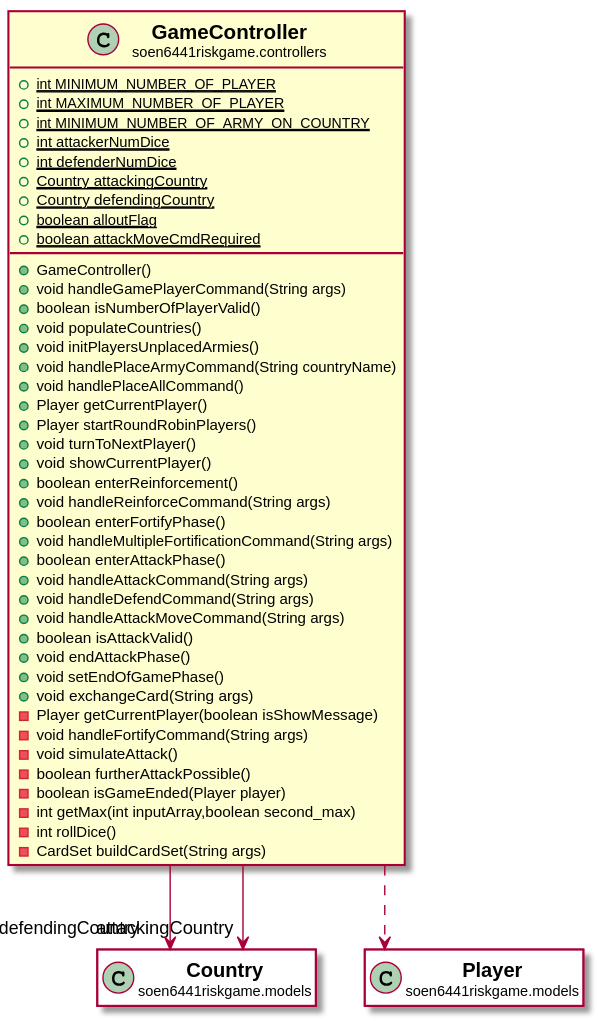
Earlier version of the PlantUML export docs/javadocs/soen6441riskgame/controllers/GameController.svg (huntertran/soen6441-riskgame).
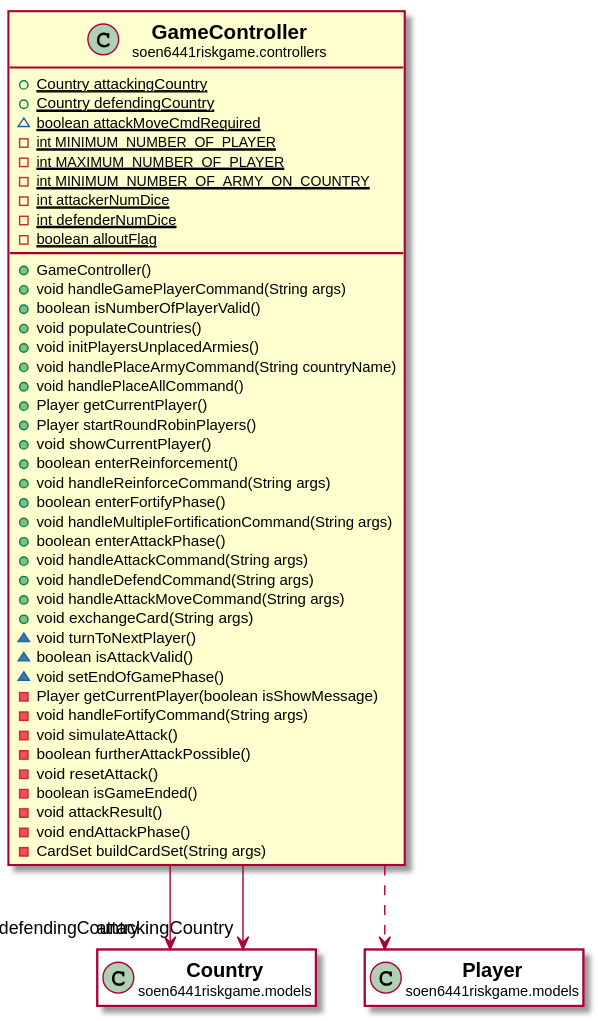
The same diagram one commit later.

Diff of the diagram source:
```diff
@@ -4,15 +4,15 @@
 skinparam linetype ortho
 set namespaceSeparator none
 class "<b><size:14>GameController</b>\n<size:10>soen6441riskgame.controllers" as soen6441riskgame.controllers.GameController  [[../../soen6441riskgame/controllers/GameController.html{soen6441riskgame.controllers.GameController}]] {
-{static} +int MINIMUM_NUMBER_OF_PLAYER
-{static} +int MAXIMUM_NUMBER_OF_PLAYER
-{static} +int MINIMUM_NUMBER_OF_ARMY_ON_COUNTRY
-{static} +int attackerNumDice
-{static} +int defenderNumDice
 {static} +Country attackingCountry
 {static} +Country defendingCountry
-{static} +boolean alloutFlag
-{static} +boolean attackMoveCmdRequired
+{static} ~boolean attackMoveCmdRequired
+{static} -int MINIMUM_NUMBER_OF_PLAYER
+{static} -int MAXIMUM_NUMBER_OF_PLAYER
+{static} -int MINIMUM_NUMBER_OF_ARMY_ON_COUNTRY
+{static} -int attackerNumDice
+{static} -int defenderNumDice
+{static} -boolean alloutFlag
 +GameController()
 +void handleGamePlayerCommand(String args)
 +boolean isNumberOfPlayerValid()
@@ -22,7 +22,6 @@
 +void handlePlaceAllCommand()
 +Player getCurrentPlayer()
 +Player startRoundRobinPlayers()
-+void turnToNextPlayer()
 +void showCurrentPlayer()
 +boolean enterReinforcement()
 +void handleReinforceCommand(String args)
@@ -32,17 +31,18 @@
 +void handleAttackCommand(String args)
 +void handleDefendCommand(String args)
 +void handleAttackMoveCommand(String args)
-+boolean isAttackValid()
-+void endAttackPhase()
-+void setEndOfGamePhase()
 +void exchangeCard(String args)
+~void turnToNextPlayer()
+~boolean isAttackValid()
+~void setEndOfGamePhase()
 -Player getCurrentPlayer(boolean isShowMessage)
 -void handleFortifyCommand(String args)
 -void simulateAttack()
 -boolean furtherAttackPossible()
--boolean isGameEnded(Player player)
--int getMax(int inputArray,boolean second_max)
--int rollDice()
+-void resetAttack()
+-boolean isGameEnded()
+-void attackResult()
+-void endAttackPhase()
 -CardSet buildCardSet(String args)
 }
 
```
